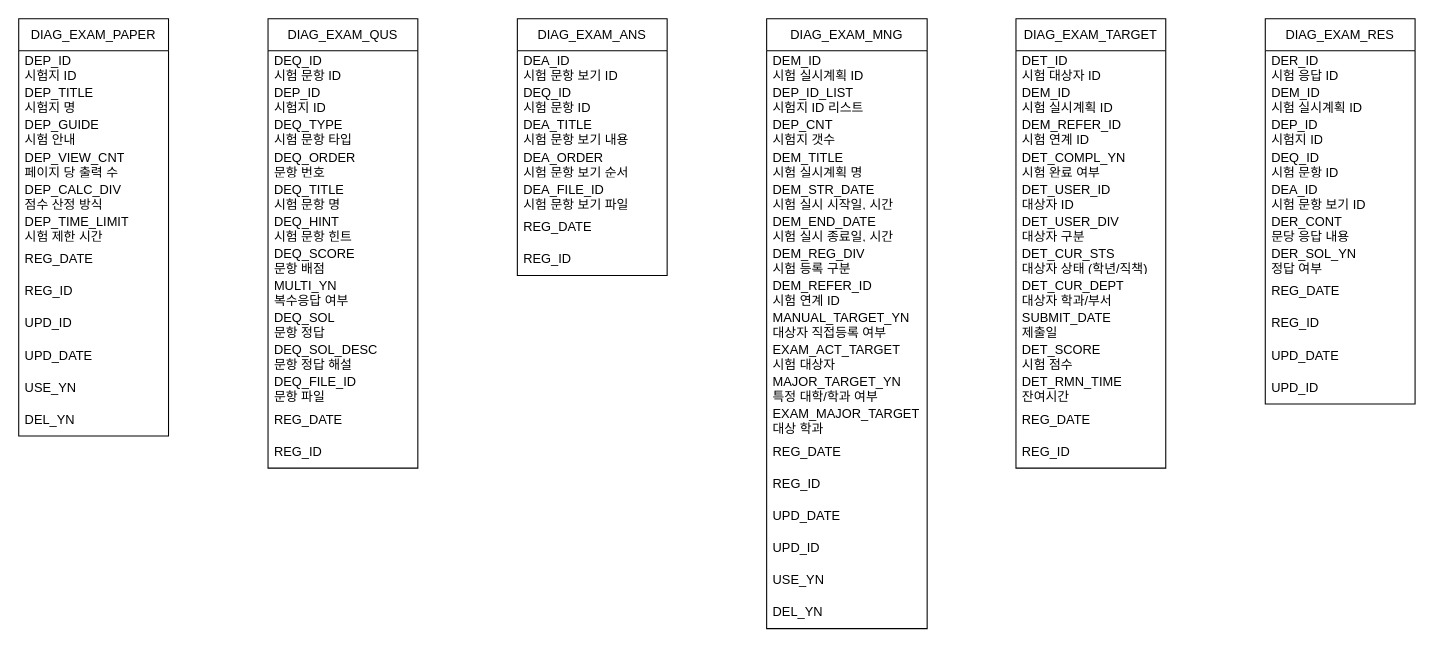
Above: EXAM_DB_STRUCTURE.drawio in HAR00N/draw.io (draw.io), before the change. Source tidied: cells renumbered, new cells numbered last; positions are measured from the earlier drawing's top-left corner, leaving out a move shared by most shapes. Both pictures are drawn from the tidied source at 107%, with x=0, y=0 at pixel (18, 18).
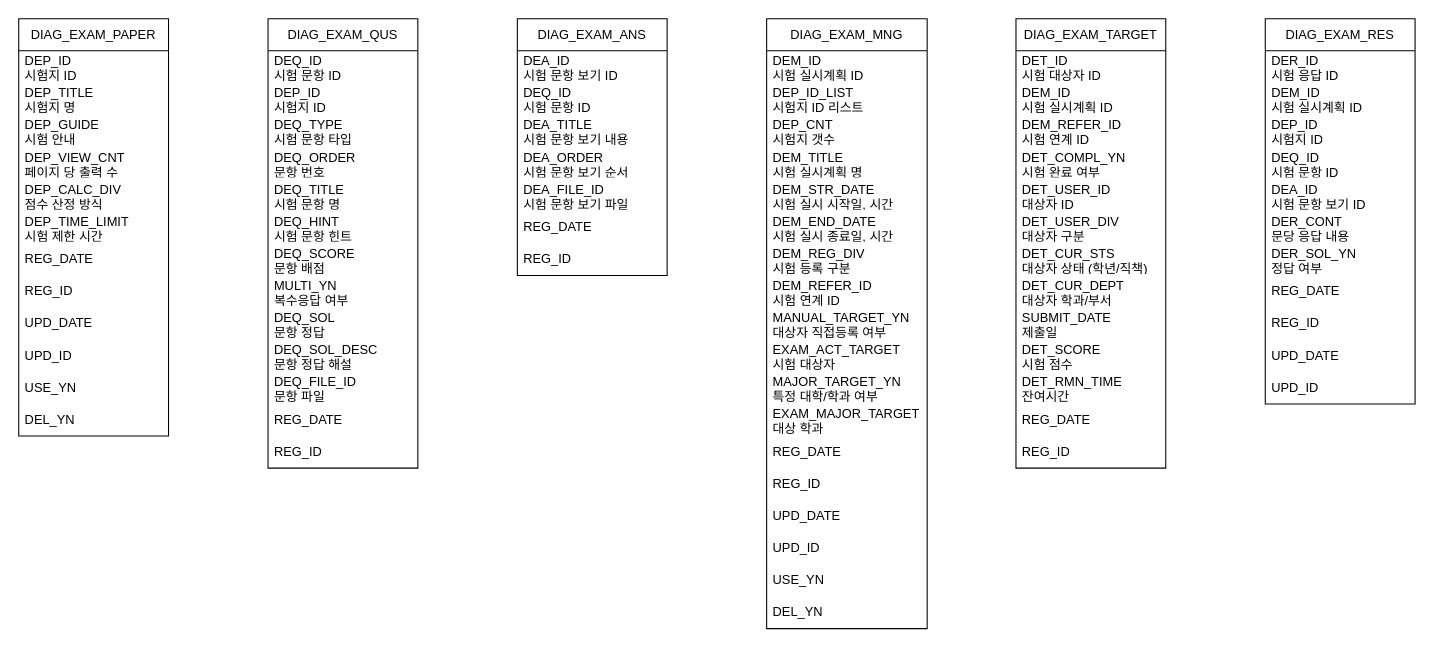
After the change.

The change refers to these unchanged cells:
```xml
<mxCell id="2" value="DIAG_EXAM_PAPER" style="swimlane;fontStyle=0;horizontal=1;startSize=30;whiteSpace=wrap;html=1;" parent="1" vertex="1">
  <mxGeometry width="140" height="390" as="geometry" />
</mxCell>
```

What changed in the source:
```diff
@@
-    <mxCell id="11" value="UPD_ID" style="text;strokeColor=none;fillColor=none;align=left;verticalAlign=middle;spacingLeft=4;spacingRight=4;overflow=hidden;whiteSpace=wrap;html=1;" parent="2" vertex="1">
+    <mxCell id="11" value="UPD_DATE" style="text;strokeColor=none;fillColor=none;align=left;verticalAlign=middle;spacingLeft=4;spacingRight=4;overflow=hidden;whiteSpace=wrap;html=1;" parent="2" vertex="1">
       <mxGeometry y="270" width="140" height="30" as="geometry" />
     </mxCell>
-    <mxCell id="12" value="UPD_DATE" style="text;strokeColor=none;fillColor=none;align=left;verticalAlign=middle;spacingLeft=4;spacingRight=4;overflow=hidden;whiteSpace=wrap;html=1;" parent="2" vertex="1">
+    <mxCell id="12" value="UPD_ID" style="text;strokeColor=none;fillColor=none;align=left;verticalAlign=middle;spacingLeft=4;spacingRight=4;overflow=hidden;whiteSpace=wrap;html=1;" parent="2" vertex="1">
       <mxGeometry y="300" width="140" height="30" as="geometry" />
     </mxCell>
```
